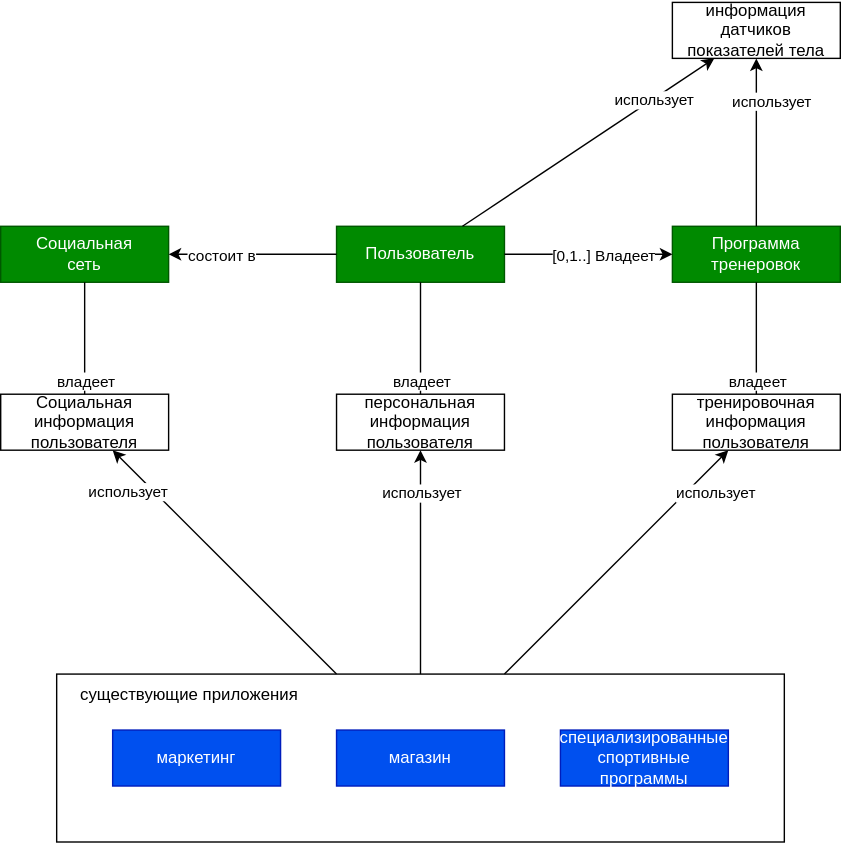
Above: app/ConceptualArchitecture_4.svg in maxasper/sb_arch_graduation_work (draw.io), before the change. Source tidied: cells renumbered, new cells last; positions are measured from the earlier drawing's top-left corner, leaving out a move shared by most shapes. Source of this version:
```xml
<mxGraphModel>
  <root>
    <mxCell id="0" />
    <mxCell id="1" parent="0" />
    <mxCell id="2" style="rounded=0;whiteSpace=wrap;html=1;" parent="1" vertex="1">
      <mxGeometry x="40" y="480" width="520" height="120" as="geometry" />
    </mxCell>
    <mxCell id="3" value="Пользователь" style="rounded=0;whiteSpace=wrap;html=1;fillColor=#008a00;fontColor=#ffffff;strokeColor=#005700;" parent="1" vertex="1">
      <mxGeometry x="240" y="160" width="120" height="40" as="geometry" />
    </mxCell>
    <mxCell id="4" value="Программа тренеровок" style="rounded=0;whiteSpace=wrap;html=1;fillColor=#008a00;fontColor=#ffffff;strokeColor=#005700;" parent="1" vertex="1">
      <mxGeometry x="480" y="160" width="120" height="40" as="geometry" />
    </mxCell>
    <mxCell id="5" style="endArrow=classic;html=1;rounded=0;" parent="1" edge="1" source="3" target="4">
      <mxGeometry relative="1" as="geometry" />
    </mxCell>
    <mxCell id="6" value="[0,1..] Владеет" style="edgeLabel;html=1;align=center;verticalAlign=middle;" parent="5" vertex="1">
      <mxGeometry x="0.49" relative="1" as="geometry">
        <mxPoint x="-19" as="offset" />
      </mxGeometry>
    </mxCell>
    <mxCell id="7" value="Социальная&lt;br&gt;сеть" style="rounded=0;whiteSpace=wrap;html=1;fillColor=#008a00;fontColor=#ffffff;strokeColor=#005700;" parent="1" vertex="1">
      <mxGeometry y="160" width="120" height="40" as="geometry" />
    </mxCell>
    <mxCell id="8" style="endArrow=classic;html=1;rounded=0;" parent="1" edge="1" source="3" target="7">
      <mxGeometry relative="1" as="geometry" />
    </mxCell>
    <mxCell id="9" value="состоит в" style="edgeLabel;html=1;align=center;verticalAlign=middle;" parent="8" vertex="1">
      <mxGeometry x="0.52" y="1" relative="1" as="geometry">
        <mxPoint x="8" y="-1" as="offset" />
      </mxGeometry>
    </mxCell>
    <mxCell id="10" value="информация датчиков&lt;br&gt;показателей тела" style="rounded=0;whiteSpace=wrap;html=1;" parent="1" vertex="1">
      <mxGeometry x="480" width="120" height="40" as="geometry" />
    </mxCell>
    <mxCell id="11" style="endArrow=classic;html=1;rounded=0;" parent="1" edge="1" source="3" target="10">
      <mxGeometry relative="1" as="geometry" />
    </mxCell>
    <mxCell id="12" value="использует" style="edgeLabel;html=1;align=center;verticalAlign=middle;" parent="11" vertex="1">
      <mxGeometry x="0.64" y="1" relative="1" as="geometry">
        <mxPoint x="-10" y="9" as="offset" />
      </mxGeometry>
    </mxCell>
    <mxCell id="13" style="endArrow=classic;html=1;rounded=0;" parent="1" edge="1" source="4" target="10">
      <mxGeometry relative="1" as="geometry" />
    </mxCell>
    <mxCell id="14" value="использует" style="edgeLabel;html=1;align=center;verticalAlign=middle;" parent="13" vertex="1">
      <mxGeometry x="0.57" y="-2" relative="1" as="geometry">
        <mxPoint x="8" y="4" as="offset" />
      </mxGeometry>
    </mxCell>
    <mxCell id="15" value="Социальная&lt;br&gt;информация пользователя" style="rounded=0;whiteSpace=wrap;html=1;" parent="1" vertex="1">
      <mxGeometry y="280" width="120" height="40" as="geometry" />
    </mxCell>
    <mxCell id="16" value="персональная&lt;br&gt;информация пользователя" style="rounded=0;whiteSpace=wrap;html=1;" parent="1" vertex="1">
      <mxGeometry x="240" y="280" width="120" height="40" as="geometry" />
    </mxCell>
    <mxCell id="17" value="тренировочная&lt;br&gt;информация пользователя" style="rounded=0;whiteSpace=wrap;html=1;" parent="1" vertex="1">
      <mxGeometry x="480" y="280" width="120" height="40" as="geometry" />
    </mxCell>
    <mxCell id="18" style="endArrow=none;html=1;rounded=0;" parent="1" edge="1" source="15" target="7">
      <mxGeometry relative="1" as="geometry" />
    </mxCell>
    <mxCell id="19" value="владеет" style="edgeLabel;html=1;align=center;verticalAlign=middle;" parent="18" vertex="1">
      <mxGeometry x="-0.4" y="-2" relative="1" as="geometry">
        <mxPoint x="-2" y="14" as="offset" />
      </mxGeometry>
    </mxCell>
    <mxCell id="20" style="endArrow=none;html=1;rounded=0;" parent="1" edge="1" source="16" target="3">
      <mxGeometry relative="1" as="geometry" />
    </mxCell>
    <mxCell id="21" value="владеет" style="edgeLabel;html=1;align=center;verticalAlign=middle;" parent="20" vertex="1">
      <mxGeometry x="-0.4" y="-2" relative="1" as="geometry">
        <mxPoint x="-2" y="14" as="offset" />
      </mxGeometry>
    </mxCell>
    <mxCell id="22" style="endArrow=none;html=1;rounded=0;" parent="1" edge="1" source="17" target="4">
      <mxGeometry relative="1" as="geometry" />
    </mxCell>
    <mxCell id="23" value="владеет" style="edgeLabel;html=1;align=center;verticalAlign=middle;" parent="22" vertex="1">
      <mxGeometry x="-0.4" y="-2" relative="1" as="geometry">
        <mxPoint x="-2" y="14" as="offset" />
      </mxGeometry>
    </mxCell>
    <mxCell id="24" value="маркетинг" style="rounded=0;whiteSpace=wrap;html=1;fillColor=#0050ef;fontColor=#ffffff;strokeColor=#001DBC;" parent="1" vertex="1">
      <mxGeometry x="80" y="520" width="120" height="40" as="geometry" />
    </mxCell>
    <mxCell id="25" value="магазин" style="rounded=0;whiteSpace=wrap;html=1;fillColor=#0050ef;fontColor=#ffffff;strokeColor=#001DBC;" parent="1" vertex="1">
      <mxGeometry x="240" y="520" width="120" height="40" as="geometry" />
    </mxCell>
    <mxCell id="26" value="специализированные&lt;br&gt;спортивные программы" style="rounded=0;whiteSpace=wrap;html=1;fillColor=#0050ef;fontColor=#ffffff;strokeColor=#001DBC;" parent="1" vertex="1">
      <mxGeometry x="400" y="520" width="120" height="40" as="geometry" />
    </mxCell>
    <mxCell id="27" style="endArrow=classic;html=1;rounded=0;" parent="1" edge="1" source="2" target="15">
      <mxGeometry relative="1" as="geometry" />
    </mxCell>
    <mxCell id="28" value="использует" style="edgeLabel;html=1;align=center;verticalAlign=middle;" parent="27" vertex="1">
      <mxGeometry x="0.64" y="1" relative="1" as="geometry">
        <mxPoint x="-18" as="offset" />
      </mxGeometry>
    </mxCell>
    <mxCell id="29" style="endArrow=classic;html=1;rounded=0;entryX=0.5;entryY=1;entryDx=0;entryDy=0;" parent="1" edge="1" source="2" target="16">
      <mxGeometry relative="1" as="geometry" />
    </mxCell>
    <mxCell id="30" value="использует" style="edgeLabel;html=1;align=center;verticalAlign=middle;" parent="29" vertex="1">
      <mxGeometry x="0.64" y="1" relative="1" as="geometry">
        <mxPoint x="1" y="1" as="offset" />
      </mxGeometry>
    </mxCell>
    <mxCell id="31" style="endArrow=classic;html=1;rounded=0;" parent="1" edge="1" source="2" target="17">
      <mxGeometry relative="1" as="geometry" />
    </mxCell>
    <mxCell id="32" value="использует" style="edgeLabel;html=1;align=center;verticalAlign=middle;" parent="31" vertex="1">
      <mxGeometry x="0.64" y="1" relative="1" as="geometry">
        <mxPoint x="20" y="2" as="offset" />
      </mxGeometry>
    </mxCell>
    <mxCell id="33" value="существующие приложения" style="text;html=1;strokeColor=none;fillColor=none;align=center;verticalAlign=middle;whiteSpace=wrap;rounded=0;" parent="1" vertex="1">
      <mxGeometry x="40" y="480" width="190" height="30" as="geometry" />
    </mxCell>
  </root>
</mxGraphModel>
```
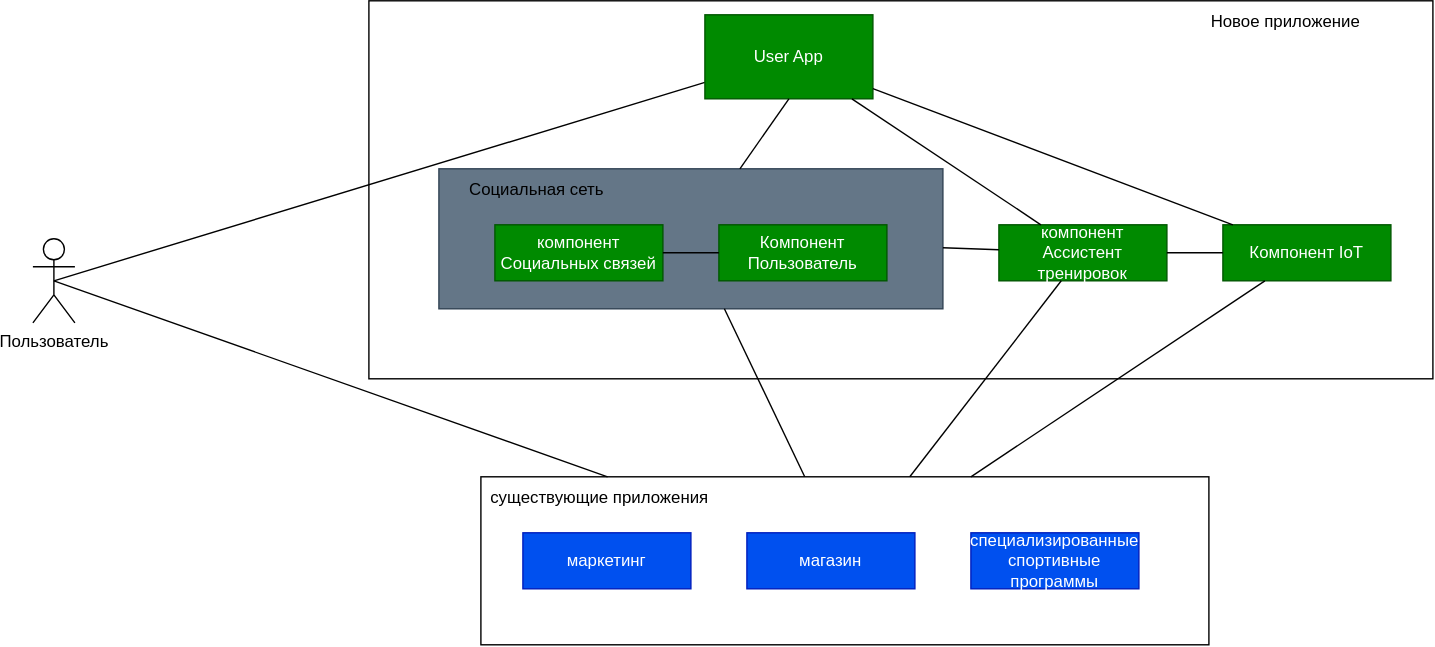
After the change.

Commit message:
Conceptual Architecture refactoring

The edit, as a diff of the source:
```diff
@@ -2,121 +2,83 @@
   <root>
     <mxCell id="0" />
     <mxCell id="1" parent="0" />
+    <mxCell id="34" style="rounded=0;whiteSpace=wrap;html=1;" parent="1" vertex="1">
+      <mxGeometry x="240" y="-150" width="760" height="270" as="geometry" />
+    </mxCell>
+    <mxCell id="35" style="rounded=0;whiteSpace=wrap;html=1;fillColor=#647687;fontColor=#ffffff;strokeColor=#314354;" parent="1" vertex="1">
+      <mxGeometry x="290" y="-30" width="360" height="100" as="geometry" />
+    </mxCell>
     <mxCell id="2" style="rounded=0;whiteSpace=wrap;html=1;" parent="1" vertex="1">
-      <mxGeometry x="40" y="480" width="520" height="120" as="geometry" />
+      <mxGeometry x="320" y="190" width="520" height="120" as="geometry" />
     </mxCell>
-    <mxCell id="3" value="Пользователь" style="rounded=0;whiteSpace=wrap;html=1;fillColor=#008a00;fontColor=#ffffff;strokeColor=#005700;" parent="1" vertex="1">
-      <mxGeometry x="240" y="160" width="120" height="40" as="geometry" />
+    <mxCell id="3" value="Компонент Пользователь" style="rounded=0;whiteSpace=wrap;html=1;fillColor=#008a00;fontColor=#ffffff;strokeColor=#005700;" parent="1" vertex="1">
+      <mxGeometry x="490" y="10" width="120" height="40" as="geometry" />
     </mxCell>
-    <mxCell id="4" value="Программа тренеровок" style="rounded=0;whiteSpace=wrap;html=1;fillColor=#008a00;fontColor=#ffffff;strokeColor=#005700;" parent="1" vertex="1">
-      <mxGeometry x="480" y="160" width="120" height="40" as="geometry" />
+    <mxCell id="4" value="компонент&lt;br&gt;Ассистент тренировок" style="rounded=0;whiteSpace=wrap;html=1;fillColor=#008a00;fontColor=#ffffff;strokeColor=#005700;" parent="1" vertex="1">
+      <mxGeometry x="690" y="10" width="120" height="40" as="geometry" />
     </mxCell>
-    <mxCell id="5" style="endArrow=classic;html=1;rounded=0;" parent="1" edge="1" source="3" target="4">
-      <mxGeometry relative="1" as="geometry" />
-    </mxCell>
-    <mxCell id="6" value="[0,1..] Владеет" style="edgeLabel;html=1;align=center;verticalAlign=middle;" parent="5" vertex="1">
-      <mxGeometry x="0.49" relative="1" as="geometry">
-        <mxPoint x="-19" as="offset" />
-      </mxGeometry>
-    </mxCell>
-    <mxCell id="7" value="Социальная&lt;br&gt;сеть" style="rounded=0;whiteSpace=wrap;html=1;fillColor=#008a00;fontColor=#ffffff;strokeColor=#005700;" parent="1" vertex="1">
-      <mxGeometry y="160" width="120" height="40" as="geometry" />
+    <mxCell id="7" value="компонент Социальных связей" style="rounded=0;whiteSpace=wrap;html=1;fillColor=#008a00;fontColor=#ffffff;strokeColor=#005700;" parent="1" vertex="1">
+      <mxGeometry x="330" y="10" width="120" height="40" as="geometry" />
     </mxCell>
-    <mxCell id="8" style="endArrow=classic;html=1;rounded=0;" parent="1" edge="1" source="3" target="7">
-      <mxGeometry relative="1" as="geometry" />
-    </mxCell>
-    <mxCell id="9" value="состоит в" style="edgeLabel;html=1;align=center;verticalAlign=middle;" parent="8" vertex="1">
-      <mxGeometry x="0.52" y="1" relative="1" as="geometry">
-        <mxPoint x="8" y="-1" as="offset" />
-      </mxGeometry>
-    </mxCell>
-    <mxCell id="10" value="информация датчиков&lt;br&gt;показателей тела" style="rounded=0;whiteSpace=wrap;html=1;" parent="1" vertex="1">
-      <mxGeometry x="480" width="120" height="40" as="geometry" />
+    <mxCell id="10" value="Компонент IoT" style="rounded=0;whiteSpace=wrap;html=1;fillColor=#008a00;fontColor=#ffffff;strokeColor=#005700;" parent="1" vertex="1">
+      <mxGeometry x="850" y="10" width="120" height="40" as="geometry" />
     </mxCell>
-    <mxCell id="11" style="endArrow=classic;html=1;rounded=0;" parent="1" edge="1" source="3" target="10">
-      <mxGeometry relative="1" as="geometry" />
-    </mxCell>
-    <mxCell id="12" value="использует" style="edgeLabel;html=1;align=center;verticalAlign=middle;" parent="11" vertex="1">
-      <mxGeometry x="0.64" y="1" relative="1" as="geometry">
-        <mxPoint x="-10" y="9" as="offset" />
-      </mxGeometry>
-    </mxCell>
-    <mxCell id="13" style="endArrow=classic;html=1;rounded=0;" parent="1" edge="1" source="4" target="10">
-      <mxGeometry relative="1" as="geometry" />
-    </mxCell>
-    <mxCell id="14" value="использует" style="edgeLabel;html=1;align=center;verticalAlign=middle;" parent="13" vertex="1">
-      <mxGeometry x="0.57" y="-2" relative="1" as="geometry">
-        <mxPoint x="8" y="4" as="offset" />
-      </mxGeometry>
-    </mxCell>
-    <mxCell id="15" value="Социальная&lt;br&gt;информация пользователя" style="rounded=0;whiteSpace=wrap;html=1;" parent="1" vertex="1">
-      <mxGeometry y="280" width="120" height="40" as="geometry" />
-    </mxCell>
-    <mxCell id="16" value="персональная&lt;br&gt;информация пользователя" style="rounded=0;whiteSpace=wrap;html=1;" parent="1" vertex="1">
-      <mxGeometry x="240" y="280" width="120" height="40" as="geometry" />
-    </mxCell>
-    <mxCell id="17" value="тренировочная&lt;br&gt;информация пользователя" style="rounded=0;whiteSpace=wrap;html=1;" parent="1" vertex="1">
-      <mxGeometry x="480" y="280" width="120" height="40" as="geometry" />
-    </mxCell>
-    <mxCell id="18" style="endArrow=none;html=1;rounded=0;" parent="1" edge="1" source="15" target="7">
-      <mxGeometry relative="1" as="geometry" />
-    </mxCell>
-    <mxCell id="19" value="владеет" style="edgeLabel;html=1;align=center;verticalAlign=middle;" parent="18" vertex="1">
-      <mxGeometry x="-0.4" y="-2" relative="1" as="geometry">
-        <mxPoint x="-2" y="14" as="offset" />
-      </mxGeometry>
-    </mxCell>
-    <mxCell id="20" style="endArrow=none;html=1;rounded=0;" parent="1" edge="1" source="16" target="3">
-      <mxGeometry relative="1" as="geometry" />
-    </mxCell>
-    <mxCell id="21" value="владеет" style="edgeLabel;html=1;align=center;verticalAlign=middle;" parent="20" vertex="1">
-      <mxGeometry x="-0.4" y="-2" relative="1" as="geometry">
-        <mxPoint x="-2" y="14" as="offset" />
-      </mxGeometry>
-    </mxCell>
-    <mxCell id="22" style="endArrow=none;html=1;rounded=0;" parent="1" edge="1" source="17" target="4">
-      <mxGeometry relative="1" as="geometry" />
-    </mxCell>
-    <mxCell id="23" value="владеет" style="edgeLabel;html=1;align=center;verticalAlign=middle;" parent="22" vertex="1">
-      <mxGeometry x="-0.4" y="-2" relative="1" as="geometry">
-        <mxPoint x="-2" y="14" as="offset" />
-      </mxGeometry>
-    </mxCell>
     <mxCell id="24" value="маркетинг" style="rounded=0;whiteSpace=wrap;html=1;fillColor=#0050ef;fontColor=#ffffff;strokeColor=#001DBC;" parent="1" vertex="1">
-      <mxGeometry x="80" y="520" width="120" height="40" as="geometry" />
+      <mxGeometry x="350" y="230" width="120" height="40" as="geometry" />
     </mxCell>
     <mxCell id="25" value="магазин" style="rounded=0;whiteSpace=wrap;html=1;fillColor=#0050ef;fontColor=#ffffff;strokeColor=#001DBC;" parent="1" vertex="1">
-      <mxGeometry x="240" y="520" width="120" height="40" as="geometry" />
+      <mxGeometry x="510" y="230" width="120" height="40" as="geometry" />
     </mxCell>
     <mxCell id="26" value="специализированные&lt;br&gt;спортивные программы" style="rounded=0;whiteSpace=wrap;html=1;fillColor=#0050ef;fontColor=#ffffff;strokeColor=#001DBC;" parent="1" vertex="1">
-      <mxGeometry x="400" y="520" width="120" height="40" as="geometry" />
+      <mxGeometry x="670" y="230" width="120" height="40" as="geometry" />
     </mxCell>
-    <mxCell id="27" style="endArrow=classic;html=1;rounded=0;" parent="1" edge="1" source="2" target="15">
-      <mxGeometry relative="1" as="geometry" />
-    </mxCell>
-    <mxCell id="28" value="использует" style="edgeLabel;html=1;align=center;verticalAlign=middle;" parent="27" vertex="1">
-      <mxGeometry x="0.64" y="1" relative="1" as="geometry">
-        <mxPoint x="-18" as="offset" />
-      </mxGeometry>
-    </mxCell>
-    <mxCell id="29" style="endArrow=classic;html=1;rounded=0;entryX=0.5;entryY=1;entryDx=0;entryDy=0;" parent="1" edge="1" source="2" target="16">
-      <mxGeometry relative="1" as="geometry" />
-    </mxCell>
-    <mxCell id="30" value="использует" style="edgeLabel;html=1;align=center;verticalAlign=middle;" parent="29" vertex="1">
-      <mxGeometry x="0.64" y="1" relative="1" as="geometry">
-        <mxPoint x="1" y="1" as="offset" />
-      </mxGeometry>
-    </mxCell>
-    <mxCell id="31" style="endArrow=classic;html=1;rounded=0;" parent="1" edge="1" source="2" target="17">
-      <mxGeometry relative="1" as="geometry" />
-    </mxCell>
-    <mxCell id="32" value="использует" style="edgeLabel;html=1;align=center;verticalAlign=middle;" parent="31" vertex="1">
-      <mxGeometry x="0.64" y="1" relative="1" as="geometry">
-        <mxPoint x="20" y="2" as="offset" />
-      </mxGeometry>
-    </mxCell>
     <mxCell id="33" value="существующие приложения" style="text;html=1;strokeColor=none;fillColor=none;align=center;verticalAlign=middle;whiteSpace=wrap;rounded=0;" parent="1" vertex="1">
-      <mxGeometry x="40" y="480" width="190" height="30" as="geometry" />
+      <mxGeometry x="310" y="190" width="190" height="30" as="geometry" />
     </mxCell>
+    <mxCell id="36" style="endArrow=none;html=1;rounded=0;" parent="1" edge="1" source="35" target="2">
+      <mxGeometry relative="1" as="geometry" />
+    </mxCell>
+    <mxCell id="37" style="endArrow=none;html=1;rounded=0;" parent="1" edge="1" source="4" target="2">
+      <mxGeometry relative="1" as="geometry" />
+    </mxCell>
+    <mxCell id="13" style="endArrow=none;html=1;rounded=0;" parent="1" edge="1" source="4" target="10">
+      <mxGeometry relative="1" as="geometry" />
+    </mxCell>
+    <mxCell id="38" style="endArrow=none;html=1;rounded=0;" parent="1" edge="1" source="4" target="35">
+      <mxGeometry relative="1" as="geometry" />
+    </mxCell>
+    <mxCell id="8" style="endArrow=none;html=1;rounded=0;" parent="1" edge="1" source="3" target="7">
+      <mxGeometry relative="1" as="geometry" />
+    </mxCell>
+    <mxCell id="39" style="endArrow=none;html=1;rounded=0;" parent="1" edge="1" source="10" target="2">
+      <mxGeometry relative="1" as="geometry" />
+    </mxCell>
+    <mxCell id="40" value="Социальная сеть" style="text;html=1;strokeColor=none;fillColor=none;align=center;verticalAlign=middle;whiteSpace=wrap;rounded=0;" parent="1" vertex="1">
+      <mxGeometry x="290" y="-30" width="140" height="30" as="geometry" />
+    </mxCell>
+    <mxCell id="41" value="Новое приложение" style="text;html=1;strokeColor=none;fillColor=none;align=center;verticalAlign=middle;whiteSpace=wrap;rounded=0;" parent="1" vertex="1">
+      <mxGeometry x="790" y="-150" width="210" height="30" as="geometry" />
+    </mxCell>
+    <mxCell id="42" value="Пользователь" style="shape=umlActor;verticalLabelPosition=bottom;verticalAlign=top;html=1;outlineConnect=0;" parent="1" vertex="1">
+      <mxGeometry y="20" width="30" height="60" as="geometry" />
+    </mxCell>
+    <mxCell id="43" style="endArrow=none;html=1;rounded=0;exitX=0.5;exitY=0.5;exitDx=0;exitDy=0;exitPerimeter=0;" parent="1" edge="1" source="42" target="2">
+      <mxGeometry relative="1" as="geometry" />
+    </mxCell>
+    <mxCell id="44" style="endArrow=none;html=1;rounded=0;exitX=0.5;exitY=0.5;exitDx=0;exitDy=0;exitPerimeter=0;" parent="1" edge="1" source="42" target="45">
+      <mxGeometry relative="1" as="geometry" />
+    </mxCell>
+    <mxCell id="45" value="User App" style="rounded=0;whiteSpace=wrap;html=1;fillColor=#008a00;fontColor=#ffffff;strokeColor=#005700;" parent="1" vertex="1">
+      <mxGeometry x="480" y="-140" width="120" height="60" as="geometry" />
+    </mxCell>
+    <mxCell id="46" style="endArrow=none;html=1;rounded=0;exitX=0.5;exitY=1;exitDx=0;exitDy=0;" parent="1" edge="1" source="45" target="35">
+      <mxGeometry relative="1" as="geometry" />
+    </mxCell>
+    <mxCell id="47" style="endArrow=none;html=1;rounded=0;" parent="1" edge="1" source="45" target="4">
+      <mxGeometry relative="1" as="geometry" />
+    </mxCell>
+    <mxCell id="48" style="endArrow=none;html=1;rounded=0;" parent="1" edge="1" source="45" target="10">
+      <mxGeometry relative="1" as="geometry" />
+    </mxCell>
   </root>
 </mxGraphModel>
```
